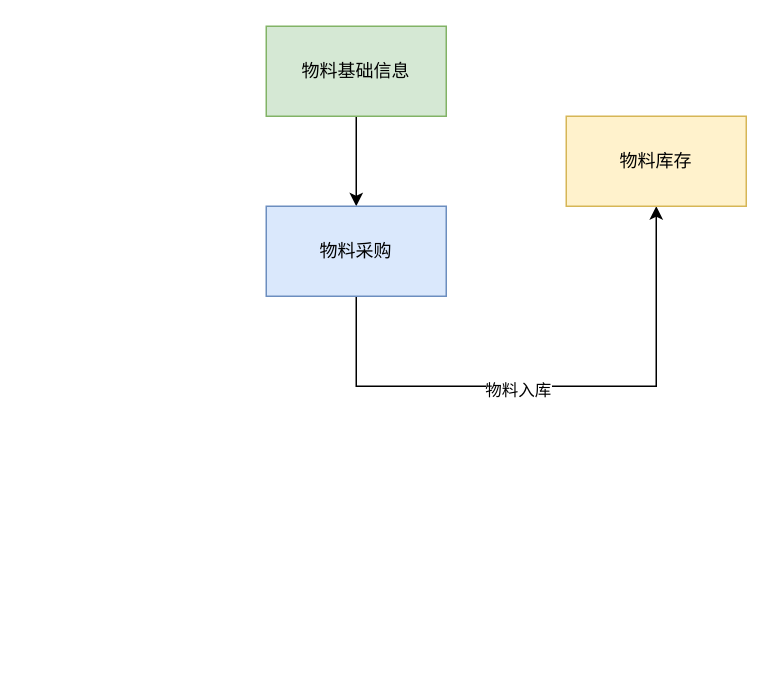
Above: 物料基本流程.drawio in pbm0802/GitIDEATest (draw.io), before the change. Source tidied: cells renumbered, new cells numbered last; positions are measured from the earlier drawing's top-left corner, leaving out a move shared by most shapes. Both pictures are drawn from the tidied source at 150%, with x=0, y=0 at pixel (266, 26).
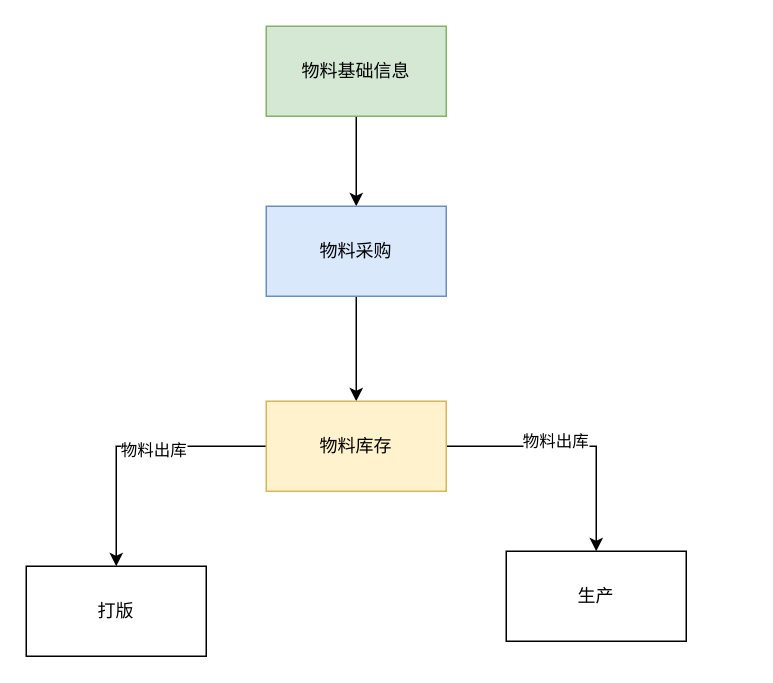
After the change.

Commit message (it also covers changes not shown here):
更新物料基本流程.drawio

The edit, as a diff of the source:
```diff
@@
 <mxGraphModel>
   <root>
     <mxCell id="0" />
     <mxCell id="1" parent="0" />
     <mxCell id="2" style="edgeStyle=orthogonalEdgeStyle;rounded=0;jettySize=auto;html=1;exitX=0.5;exitY=1;exitDx=0;exitDy=0;" parent="1" edge="1" source="3" target="6">
       <mxGeometry relative="1" as="geometry" />
     </mxCell>
     <mxCell id="3" value="物料基础信息" style="rounded=0;whiteSpace=wrap;html=1;fillColor=#d5e8d4;strokeColor=#82b366;" parent="1" vertex="1">
       <mxGeometry width="120" height="60" as="geometry" />
     </mxCell>
-    <mxCell id="4" style="edgeStyle=orthogonalEdgeStyle;rounded=0;jettySize=auto;html=1;exitX=0.5;exitY=1;exitDx=0;exitDy=0;entryX=0.5;entryY=1;entryDx=0;entryDy=0;" parent="1" edge="1" source="6" target="7">
-      <mxGeometry relative="1" as="geometry">
-        <Array as="points">
-          <mxPoint x="60" y="240" />
-          <mxPoint x="260" y="240" />
-        </Array>
-      </mxGeometry>
+    <mxCell id="4" style="edgeStyle=orthogonalEdgeStyle;rounded=0;jettySize=auto;html=1;exitX=0.5;exitY=1;exitDx=0;exitDy=0;entryX=0.5;entryY=0;entryDx=0;entryDy=0;" parent="1" edge="1" source="6" target="7">
+      <mxGeometry relative="1" as="geometry" />
     </mxCell>
-    <mxCell id="5" value="物料入库" style="edgeLabel;html=1;align=center;verticalAlign=middle;" parent="4" vertex="1">
-      <mxGeometry x="-0.12" y="-2" relative="1" as="geometry" />
-    </mxCell>
     <mxCell id="6" value="物料采购" style="rounded=0;whiteSpace=wrap;html=1;fillColor=#dae8fc;strokeColor=#6c8ebf;" parent="1" vertex="1">
       <mxGeometry y="120" width="120" height="60" as="geometry" />
     </mxCell>
+    <mxCell id="8" style="edgeStyle=orthogonalEdgeStyle;rounded=0;jettySize=auto;html=1;exitX=0;exitY=0.5;exitDx=0;exitDy=0;entryX=0.5;entryY=0;entryDx=0;entryDy=0;" parent="1" edge="1" source="7" target="12">
+      <mxGeometry relative="1" as="geometry" />
+    </mxCell>
+    <mxCell id="9" value="物料出库" style="edgeLabel;html=1;align=center;verticalAlign=middle;" parent="8" vertex="1">
+      <mxGeometry x="-0.16" y="2" relative="1" as="geometry" />
+    </mxCell>
+    <mxCell id="10" style="edgeStyle=orthogonalEdgeStyle;rounded=0;jettySize=auto;html=1;exitX=1;exitY=0.5;exitDx=0;exitDy=0;entryX=0.5;entryY=0;entryDx=0;entryDy=0;" parent="1" edge="1" source="7" target="13">
+      <mxGeometry relative="1" as="geometry" />
+    </mxCell>
+    <mxCell id="11" value="物料出库" style="edgeLabel;html=1;align=center;verticalAlign=middle;" parent="10" vertex="1">
+      <mxGeometry x="-0.15" y="4" relative="1" as="geometry" />
+    </mxCell>
     <mxCell id="7" value="物料库存" style="rounded=0;whiteSpace=wrap;html=1;fillColor=#fff2cc;strokeColor=#d6b656;" parent="1" vertex="1">
-      <mxGeometry x="200" y="60" width="120" height="60" as="geometry" />
+      <mxGeometry y="250" width="120" height="60" as="geometry" />
     </mxCell>
+    <mxCell id="12" value="打版" style="rounded=0;whiteSpace=wrap;html=1;" parent="1" vertex="1">
+      <mxGeometry x="-160" y="360" width="120" height="60" as="geometry" />
+    </mxCell>
+    <mxCell id="13" value="生产" style="rounded=0;whiteSpace=wrap;html=1;" parent="1" vertex="1">
+      <mxGeometry x="160" y="350" width="120" height="60" as="geometry" />
+    </mxCell>
   </root>
 </mxGraphModel>
```
